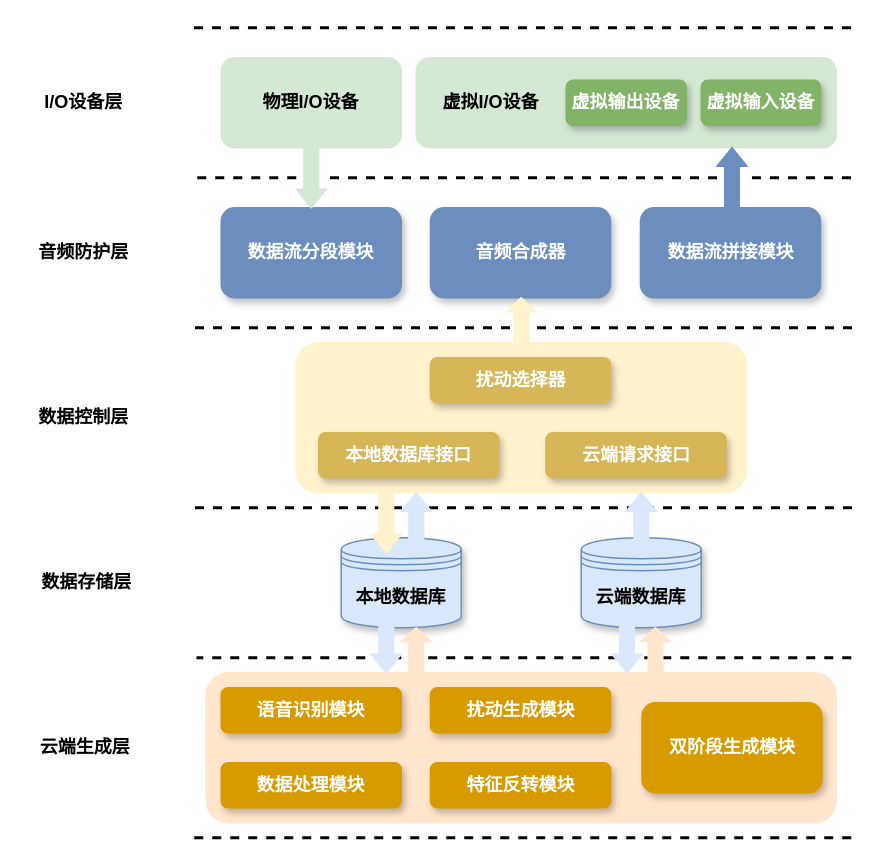
Earlier version of the draw.io diagram 信安作品系统架构图.drawio (Momoyeyu/Draw.io-Repo). Source tidied: cells renumbered, new cells numbered last; positions are measured from the earlier drawing's top-left corner, leaving out a move shared by most shapes. Both pictures are drawn from the tidied source at 150%, with x=0, y=0 at pixel (26, 27).
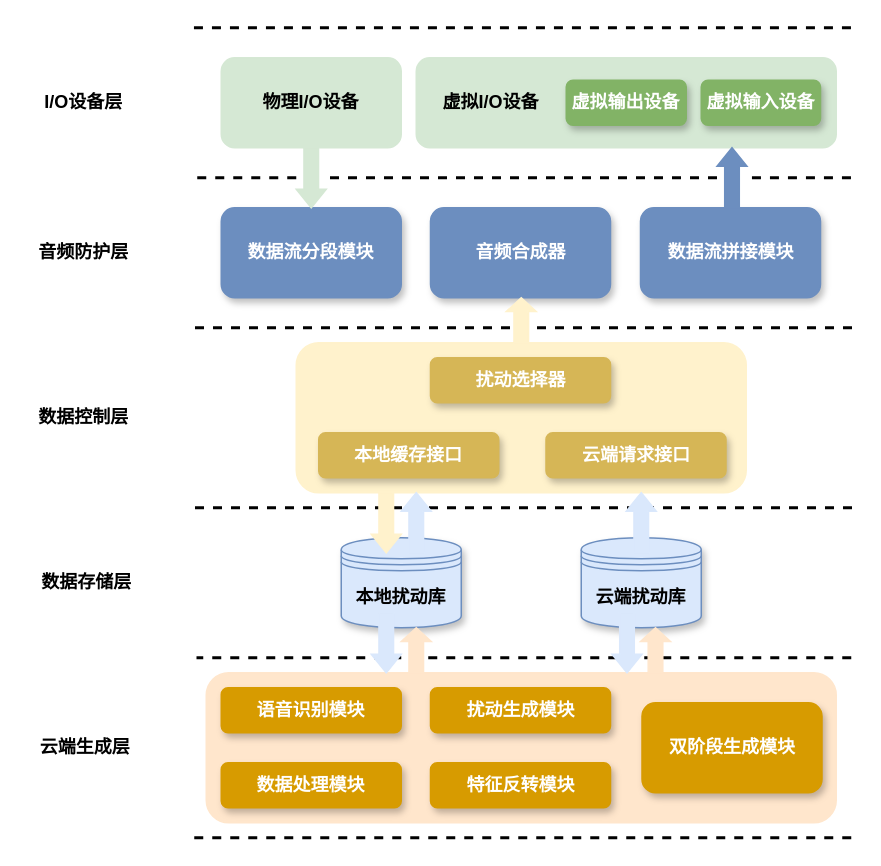
The same page after the edit.

Commit message:
更新信安作品系统架构图.drawio

Diff of the diagram source:
```diff
@@
-    <mxCell id="2" value="云端数据库" style="shape=datastore;whiteSpace=wrap;html=1;fillColor=#dae8fc;strokeColor=#6c8ebf;fontStyle=1;shadow=1;" parent="1" vertex="1">
+    <mxCell id="2" value="云端扰动库" style="shape=datastore;whiteSpace=wrap;html=1;fillColor=#dae8fc;strokeColor=#6c8ebf;fontStyle=1;shadow=1;" parent="1" vertex="1">
       <mxGeometry x="370" y="340" width="80" height="60" as="geometry" />
     </mxCell>
-    <mxCell id="3" value="本地数据库" style="shape=datastore;whiteSpace=wrap;html=1;fillColor=#dae8fc;strokeColor=#6c8ebf;fontStyle=1;shadow=1;" parent="1" vertex="1">
+    <mxCell id="3" value="本地扰动库" style="shape=datastore;whiteSpace=wrap;html=1;fillColor=#dae8fc;strokeColor=#6c8ebf;fontStyle=1;shadow=1;" parent="1" vertex="1">
       <mxGeometry x="210" y="340" width="80" height="60" as="geometry" />
     </mxCell>
@@
-    <mxCell id="25" value="本地数据库接口" style="rounded=1;whiteSpace=wrap;html=1;fillColor=#D6B656;strokeColor=#D6B656;shadow=1;fontStyle=1;fontColor=#FFFFFF;" parent="1" vertex="1">
+    <mxCell id="25" value="本地缓存接口" style="rounded=1;whiteSpace=wrap;html=1;fillColor=#D6B656;strokeColor=#D6B656;shadow=1;fontStyle=1;fontColor=#FFFFFF;" parent="1" vertex="1">
       <mxGeometry x="195" y="270" width="120" height="30" as="geometry" />
     </mxCell>
```
